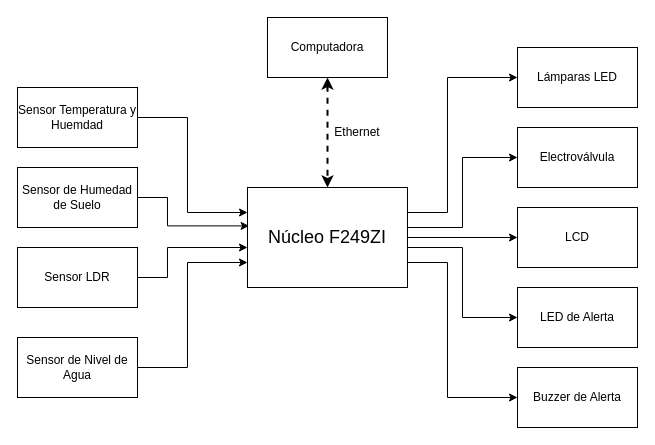
Laureano1997/TPN1_Monitoreo_Electr-nico_de_Invernadero keeps this draw.io diagram as Monitoreo Electrónico de Invernadero.drawio. Above is the earlier version. Source tidied: cells renumbered, new cells numbered last; positions are measured from the earlier drawing's top-left corner, leaving out a move shared by most shapes. Both pictures are drawn from the tidied source at 100%, with x=0, y=0 at pixel (17, 17).
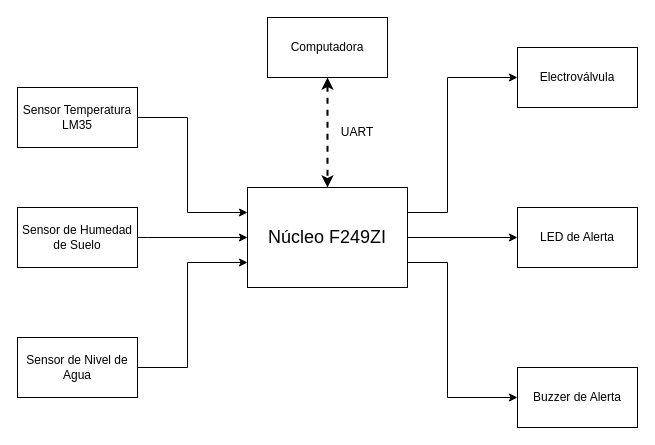
Above is the later version.

The change refers to these unchanged cells:
```xml
<mxCell id="7" value="&lt;font style=&quot;font-size: 18px;&quot;&gt;Núcleo F249ZI&lt;/font&gt;" style="rounded=0;whiteSpace=wrap;html=1;" parent="1" vertex="1">
  <mxGeometry x="230" y="170" width="160" height="100" as="geometry" />
</mxCell>
```

The edit, as a diff of the source:
```diff
@@
-    <mxCell id="3" style="edgeStyle=orthogonalEdgeStyle;rounded=0;jettySize=auto;html=1;exitX=1;exitY=0.25;exitDx=0;exitDy=0;entryX=0;entryY=0.5;entryDx=0;entryDy=0;" parent="1" edge="1" source="7" target="17">
-      <mxGeometry relative="1" as="geometry">
-        <Array as="points">
-          <mxPoint x="390" y="210" />
-          <mxPoint x="445" y="210" />
-          <mxPoint x="445" y="140" />
-        </Array>
-      </mxGeometry>
-    </mxCell>
@@
-    <mxCell id="5" style="edgeStyle=orthogonalEdgeStyle;rounded=0;jettySize=auto;html=1;exitX=1;exitY=0.75;exitDx=0;exitDy=0;entryX=0;entryY=0.5;entryDx=0;entryDy=0;" parent="1" edge="1" source="7" target="19">
-      <mxGeometry relative="1" as="geometry">
-        <Array as="points">
-          <mxPoint x="390" y="230" />
-          <mxPoint x="445" y="230" />
-          <mxPoint x="445" y="300" />
-        </Array>
-      </mxGeometry>
-    </mxCell>
@@
-    <mxCell id="8" value="Sensor Temperatura y Huemdad" style="rounded=0;whiteSpace=wrap;html=1;" parent="1" vertex="1">
+    <mxCell id="8" value="Sensor Temperatura LM35" style="rounded=0;whiteSpace=wrap;html=1;" parent="1" vertex="1">
       <mxGeometry y="70" width="120" height="60" as="geometry" />
     </mxCell>
@@
     <mxCell id="10" value="Sensor de Humedad de Suelo" style="rounded=0;whiteSpace=wrap;html=1;" parent="1" vertex="1">
-      <mxGeometry y="150" width="120" height="60" as="geometry" />
+      <mxGeometry y="190" width="120" height="60" as="geometry" />
     </mxCell>
-    <mxCell id="11" style="edgeStyle=orthogonalEdgeStyle;rounded=0;jettySize=auto;html=1;exitX=1;exitY=0.5;exitDx=0;exitDy=0;entryX=0.01;entryY=0.384;entryDx=0;entryDy=0;entryPerimeter=0;" parent="1" edge="1" source="10" target="7">
+    <mxCell id="11" style="edgeStyle=orthogonalEdgeStyle;rounded=0;jettySize=auto;html=1;exitX=1;exitY=0.5;exitDx=0;exitDy=0;entryX=0;entryY=0.5;entryDx=0;entryDy=0;" parent="1" edge="1" source="10" target="7">
       <mxGeometry relative="1" as="geometry">
         <Array as="points">
-          <mxPoint x="150" y="180" />
-          <mxPoint x="150" y="208" />
+          <mxPoint x="130" y="220" />
+          <mxPoint x="130" y="220" />
         </Array>
       </mxGeometry>
     </mxCell>
-    <mxCell id="12" style="edgeStyle=orthogonalEdgeStyle;rounded=0;jettySize=auto;html=1;exitX=1;exitY=0.5;exitDx=0;exitDy=0;" parent="1" edge="1" source="13">
-      <mxGeometry relative="1" as="geometry">
-        <mxPoint x="230" y="230" as="targetPoint" />
-        <Array as="points">
-          <mxPoint x="150" y="260" />
-          <mxPoint x="150" y="230" />
-        </Array>
-      </mxGeometry>
-    </mxCell>
-    <mxCell id="13" value="Sensor LDR" style="rounded=0;whiteSpace=wrap;html=1;" parent="1" vertex="1">
-      <mxGeometry y="230" width="120" height="60" as="geometry" />
-    </mxCell>
@@
-    <mxCell id="16" value="LCD" style="rounded=0;whiteSpace=wrap;html=1;" parent="1" vertex="1">
+    <mxCell id="16" value="LED de Alerta" style="rounded=0;whiteSpace=wrap;html=1;" parent="1" vertex="1">
       <mxGeometry x="500" y="190" width="120" height="60" as="geometry" />
     </mxCell>
-    <mxCell id="17" value="Electroválvula" style="rounded=0;whiteSpace=wrap;html=1;" parent="1" vertex="1">
-      <mxGeometry x="500" y="110" width="120" height="60" as="geometry" />
-    </mxCell>
-    <mxCell id="18" value="Lámparas LED" style="rounded=0;whiteSpace=wrap;html=1;" parent="1" vertex="1">
+    <mxCell id="18" value="Electroválvula" style="rounded=0;whiteSpace=wrap;html=1;" parent="1" vertex="1">
       <mxGeometry x="500" y="30" width="120" height="60" as="geometry" />
     </mxCell>
-    <mxCell id="19" value="LED de Alerta" style="rounded=0;whiteSpace=wrap;html=1;" parent="1" vertex="1">
-      <mxGeometry x="500" y="270" width="120" height="60" as="geometry" />
-    </mxCell>
@@
-    <mxCell id="23" value="Ethernet" style="text;html=1;align=center;verticalAlign=middle;whiteSpace=wrap;rounded=0;" parent="1" vertex="1">
+    <mxCell id="23" value="UART" style="text;html=1;align=center;verticalAlign=middle;whiteSpace=wrap;rounded=0;" parent="1" vertex="1">
       <mxGeometry x="310" y="100" width="60" height="30" as="geometry" />
     </mxCell>
```
